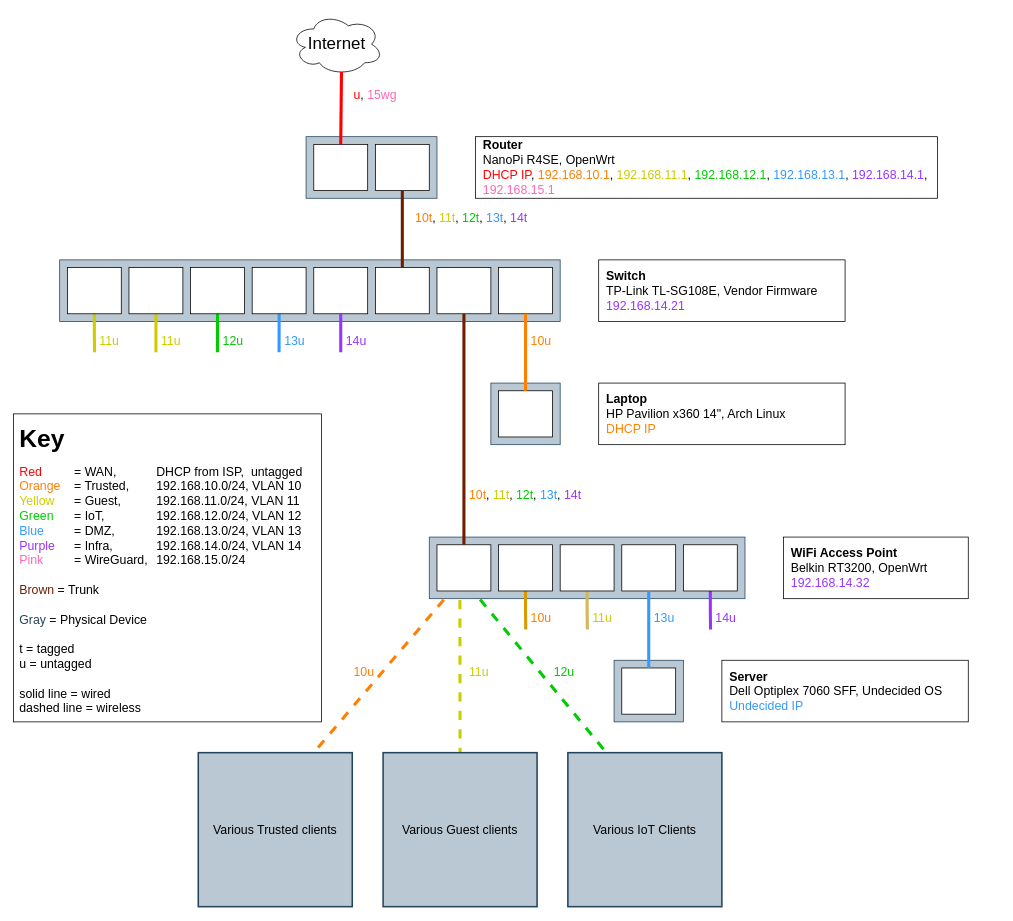
kwesthaus/network-config keeps this draw.io diagram as home-network.drawio. Above is the earlier version. Source tidied: cells renumbered, new cells numbered last; positions are measured from the earlier drawing's top-left corner, leaving out a move shared by most shapes. Both pictures are drawn from the tidied source at 77%, with x=0, y=0 at pixel (13, 13).
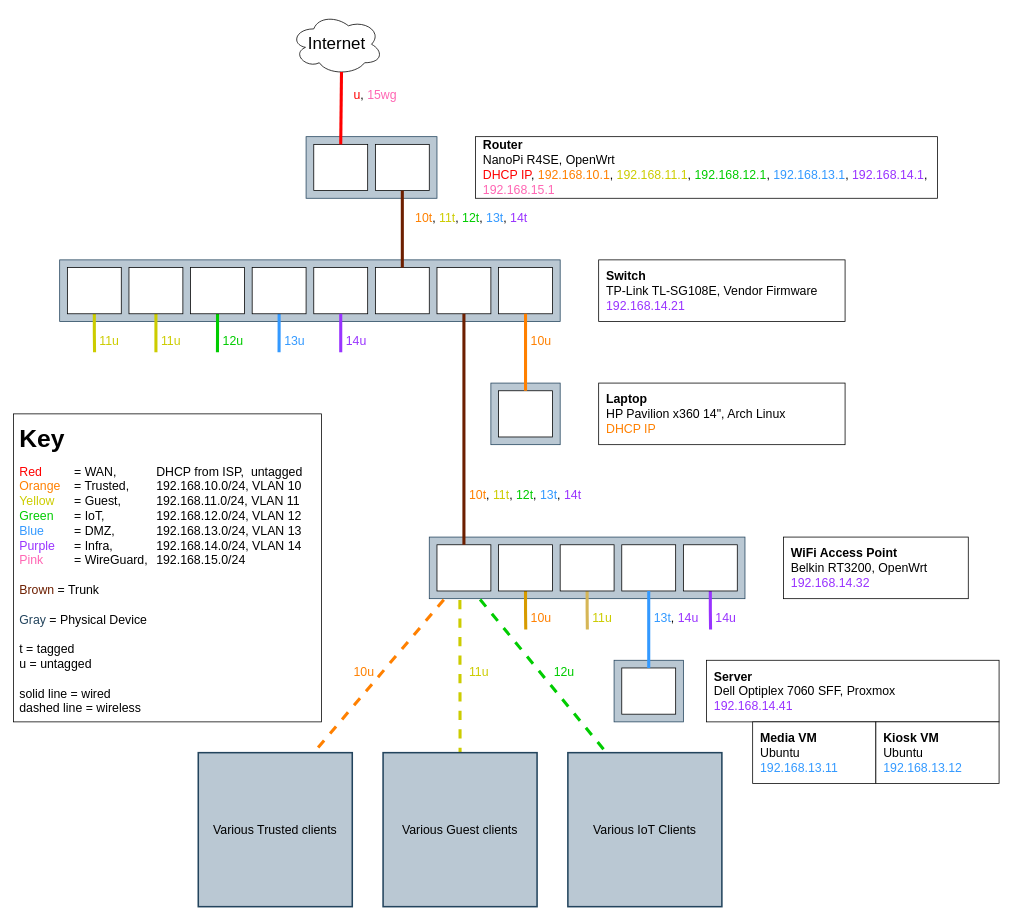
After the change.

Commit message (it also covers changes not shown here):
docs: Update network layout diagram for Proxmox host

Change to the diagram source:
```diff
@@
-    <mxCell id="56" value="&lt;font style=&quot;font-size: 16px; line-height: 1.2;&quot;&gt;&lt;b style=&quot;font-size: 16px;&quot;&gt;Server&lt;br style=&quot;font-size: 16px;&quot;&gt;&lt;/b&gt;Dell Optiplex 7060 SFF, Undecided OS&lt;br style=&quot;font-size: 16px;&quot;&gt;&lt;font color=&quot;#3399ff&quot; style=&quot;font-size: 16px;&quot;&gt;Undecided IP&lt;/font&gt;&lt;br style=&quot;font-size: 16px;&quot;&gt;&lt;/font&gt;" style="rounded=0;whiteSpace=wrap;html=1;fontSize=16;align=left;verticalAlign=middle;labelPosition=center;verticalLabelPosition=middle;spacingLeft=10;spacing=0;" parent="1" vertex="1">
-      <mxGeometry x="920" y="840" width="320" height="80" as="geometry" />
+    <mxCell id="56" value="&lt;font style=&quot;font-size: 16px; line-height: 1.2;&quot;&gt;&lt;b style=&quot;font-size: 16px;&quot;&gt;Server&lt;br style=&quot;font-size: 16px;&quot;&gt;&lt;/b&gt;Dell Optiplex 7060 SFF, Proxmox&lt;br style=&quot;font-size: 16px;&quot;&gt;&lt;font color=&quot;#9933ff&quot;&gt;192.168.14.41&lt;/font&gt;&lt;/font&gt;" style="rounded=0;whiteSpace=wrap;html=1;fontSize=16;align=left;verticalAlign=middle;labelPosition=center;verticalLabelPosition=middle;spacingLeft=10;spacing=0;" parent="1" vertex="1">
+      <mxGeometry x="900" y="840" width="380" height="80" as="geometry" />
     </mxCell>
@@
-    <mxCell id="65" value="&lt;font color=&quot;#3399ff&quot;&gt;13u&lt;/font&gt;" style="text;html=1;align=left;verticalAlign=middle;strokeColor=none;fillColor=none;fontSize=16;fontColor=#9933FF;" parent="1" vertex="1">
-      <mxGeometry x="830" y="770" width="50" height="30" as="geometry" />
+    <mxCell id="65" value="&lt;font color=&quot;#3399ff&quot;&gt;13t&lt;/font&gt;&lt;font color=&quot;#000000&quot;&gt;,&lt;/font&gt;&lt;font color=&quot;#3399ff&quot;&gt; &lt;/font&gt;14u" style="text;html=1;align=left;verticalAlign=middle;strokeColor=none;fillColor=none;fontSize=16;fontColor=#9933FF;" parent="1" vertex="1">
+      <mxGeometry x="830" y="770" width="80" height="30" as="geometry" />
     </mxCell>
+    <mxCell id="66" value="&lt;font style=&quot;font-size: 16px; line-height: 1.2;&quot;&gt;&lt;b style=&quot;font-size: 16px;&quot;&gt;Media VM&lt;br style=&quot;font-size: 16px;&quot;&gt;&lt;/b&gt;Ubuntu&lt;br style=&quot;font-size: 16px;&quot;&gt;&lt;font color=&quot;#3399ff&quot;&gt;192.168.13.11&lt;/font&gt;&lt;/font&gt;" style="rounded=0;whiteSpace=wrap;html=1;fontSize=16;align=left;verticalAlign=middle;labelPosition=center;verticalLabelPosition=middle;spacingLeft=10;spacing=0;" parent="1" vertex="1">
+      <mxGeometry x="960" y="920" width="160" height="80" as="geometry" />
+    </mxCell>
+    <mxCell id="67" value="&lt;font style=&quot;font-size: 16px; line-height: 1.2;&quot;&gt;&lt;b style=&quot;font-size: 16px;&quot;&gt;Kiosk VM&lt;br style=&quot;font-size: 16px;&quot;&gt;&lt;/b&gt;Ubuntu&lt;br style=&quot;font-size: 16px;&quot;&gt;&lt;font color=&quot;#3399ff&quot;&gt;192.168.13.12&lt;/font&gt;&lt;/font&gt;" style="rounded=0;whiteSpace=wrap;html=1;fontSize=16;align=left;verticalAlign=middle;labelPosition=center;verticalLabelPosition=middle;spacingLeft=10;spacing=0;" parent="1" vertex="1">
+      <mxGeometry x="1120" y="920" width="160" height="80" as="geometry" />
+    </mxCell>
```
